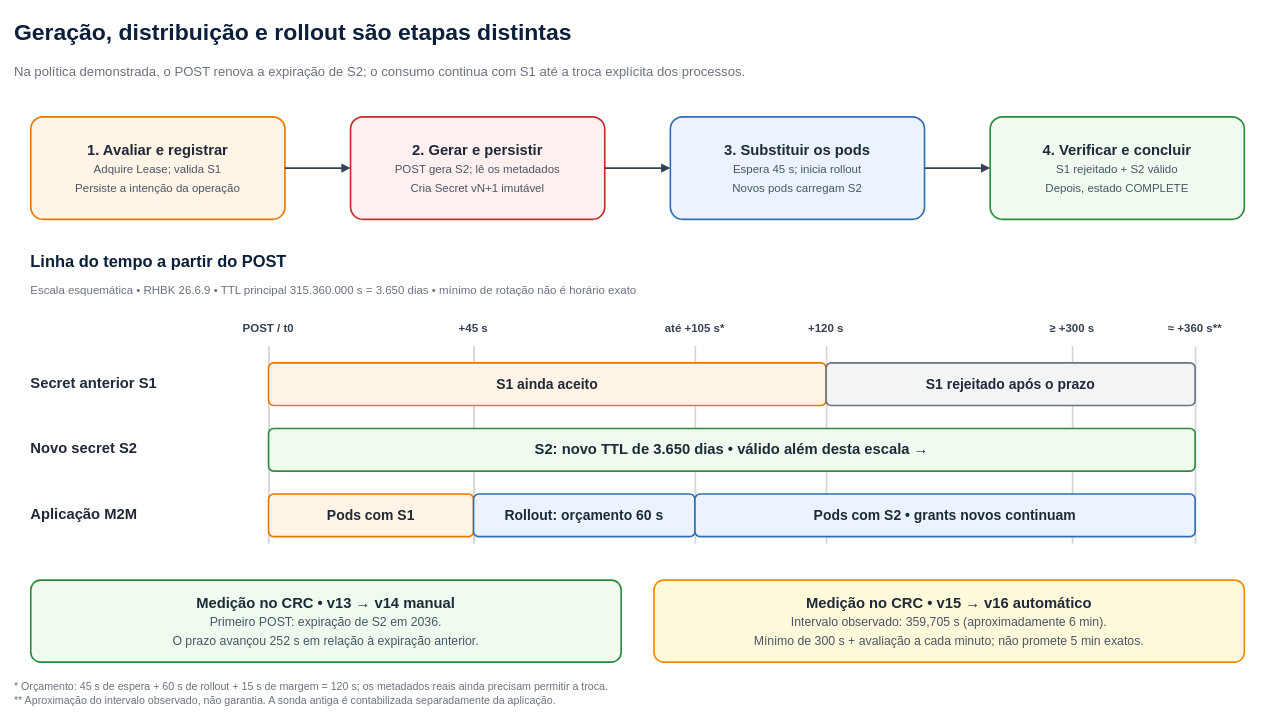
Above: page "02 — Sequência e tempos da demonstração" (2 of 2) of docs/diagramas/arquitetura-rotacao-externa.drawio in csfreitas/rhbk-client-secret-rotation (draw.io), before the change. Source tidied: cells renumbered, new cells numbered last; positions are measured from the earlier drawing's top-left corner, leaving out a move shared by most shapes. Both pictures are drawn from the tidied source at 82%, with x=0, y=0 at pixel (14, 14).
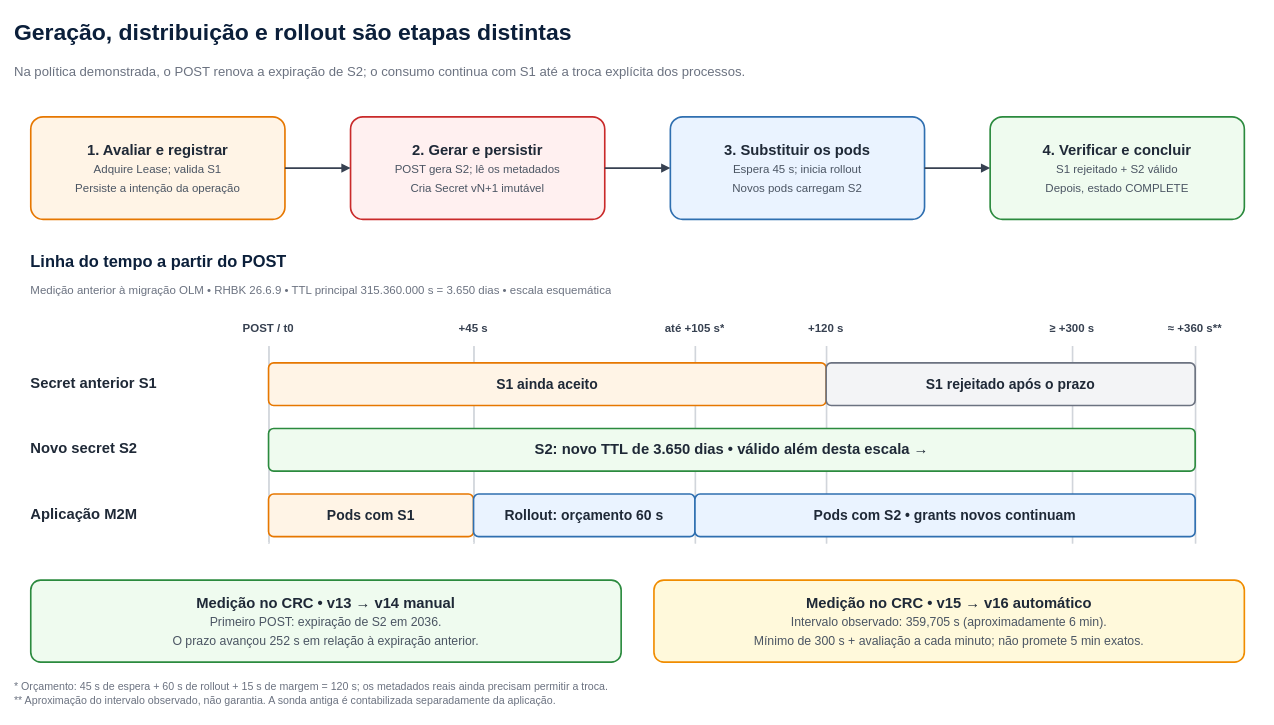
The same page after the edit.

Diff of the diagram source:
```diff
@@
-    <mxCell id="12" value="Escala esquemática • RHBK 26.6.9 • TTL principal 315.360.000 s = 3.650 dias • mínimo de rotação não é horário exato" style="text;html=1;strokeColor=none;fillColor=none;whiteSpace=wrap;overflow=hidden;align=left;verticalAlign=middle;fontSize=14;fontColor=#6B7280;fontStyle=0;spacing=0;" parent="1" vertex="1">
+    <mxCell id="12" value="Medição anterior à migração OLM • RHBK 26.6.9 • TTL principal 315.360.000 s = 3.650 dias • escala esquemática" style="text;html=1;strokeColor=none;fillColor=none;whiteSpace=wrap;overflow=hidden;align=left;verticalAlign=middle;fontSize=14;fontColor=#6B7280;fontStyle=0;spacing=0;" parent="1" vertex="1">
       <mxGeometry x="20" y="323" width="1480" height="28" as="geometry" />
     </mxCell>
```
